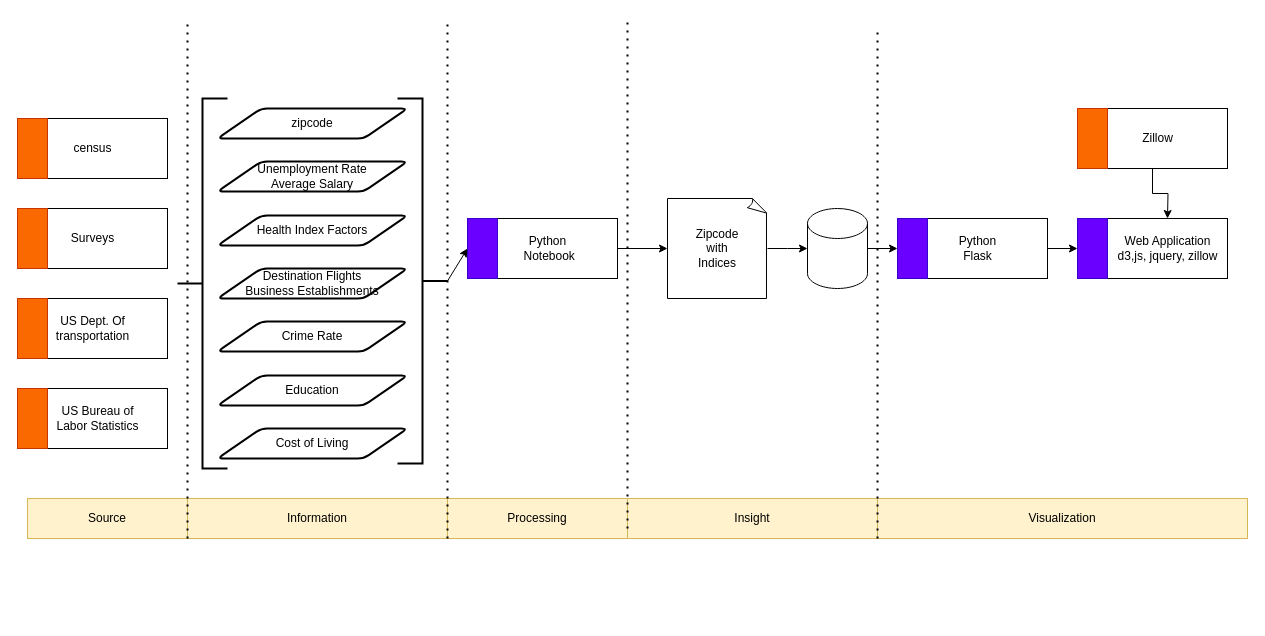
Earlier version of the draw.io diagram page "Page-3" (3 of 3) of Untitled Diagram.drawio (githubmaniv/haven-ui). Source tidied: cells renumbered, new cells numbered last; positions are measured from the earlier drawing's top-left corner, leaving out a move shared by most shapes. Both pictures are drawn from the tidied source at 100%, with x=0, y=0 at pixel (17, 18).
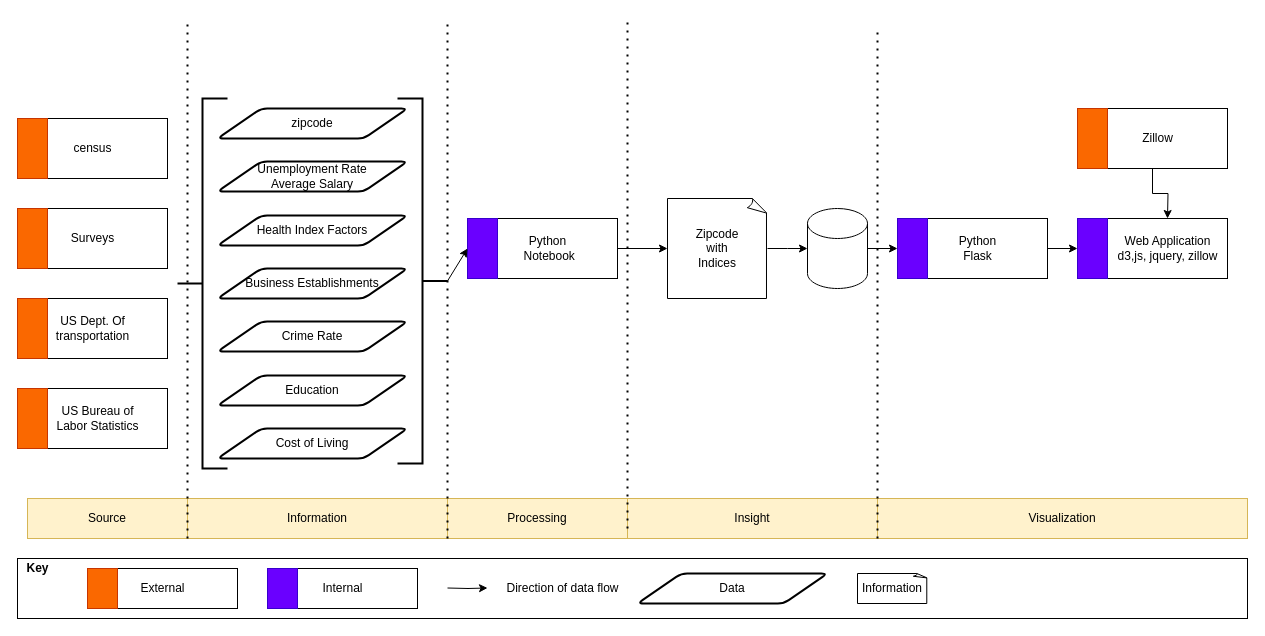
The same page after the edit.

Unchanged cells that the change refers to:
```xml
<mxCell id="18" style="group;" parent="1" vertex="1">
  <mxGeometry x="160" y="80" width="270" height="370" as="geometry" />
</mxCell>
```

Change to the diagram source:
```diff
@@
-    <mxCell id="21" value="Destination Flights&lt;br&gt;Business Establishments" style="shape=parallelogram;html=1;strokeWidth=2;perimeter=parallelogramPerimeter;whiteSpace=wrap;rounded=1;arcSize=12;size=0.23;" parent="18" vertex="1">
+    <mxCell id="21" value="Business Establishments" style="shape=parallelogram;html=1;strokeWidth=2;perimeter=parallelogramPerimeter;whiteSpace=wrap;rounded=1;arcSize=12;size=0.23;" parent="18" vertex="1">
       <mxGeometry x="40" y="170" width="190" height="30" as="geometry" />
     </mxCell>
@@
+    <mxCell id="61" style="rounded=0;whiteSpace=wrap;html=1;" parent="1" vertex="1">
+      <mxGeometry y="540" width="1230" height="60" as="geometry" />
+    </mxCell>
+    <mxCell id="62" value="Key" style="text;html=1;align=center;verticalAlign=middle;fillColor=none;strokeColor=none;rounded=0;fontStyle=1;" parent="1" vertex="1">
+      <mxGeometry y="540" width="40" height="20" as="geometry" />
+    </mxCell>
+    <mxCell id="63" style="whiteSpace=wrap;html=1;" parent="1" vertex="1">
+      <mxGeometry x="70" y="550" width="150" height="40" as="geometry" />
+    </mxCell>
+    <mxCell id="64" style="whiteSpace=wrap;html=1;fillColor=#fa6800;strokeColor=#C73500;fontColor=#000000;" parent="1" vertex="1">
+      <mxGeometry x="70" y="550" width="30" height="40" as="geometry" />
+    </mxCell>
+    <mxCell id="65" value="External" style="text;html=1;align=center;verticalAlign=middle;fillColor=none;strokeColor=none;rounded=0;" parent="1" vertex="1">
+      <mxGeometry x="115" y="560" width="60" height="20" as="geometry" />
+    </mxCell>
+    <mxCell id="66" style="whiteSpace=wrap;html=1;" parent="1" vertex="1">
+      <mxGeometry x="250" y="550" width="150" height="40" as="geometry" />
+    </mxCell>
+    <mxCell id="67" style="whiteSpace=wrap;html=1;fillColor=#6a00ff;strokeColor=#3700CC;fontColor=#ffffff;" parent="1" vertex="1">
+      <mxGeometry x="250" y="550" width="30" height="40" as="geometry" />
+    </mxCell>
+    <mxCell id="68" value="Internal" style="text;html=1;align=center;verticalAlign=middle;fillColor=none;strokeColor=none;rounded=0;" parent="1" vertex="1">
+      <mxGeometry x="295" y="560" width="60" height="20" as="geometry" />
+    </mxCell>
+    <mxCell id="69" style="edgeStyle=orthogonalEdgeStyle;rounded=0;orthogonalLoop=1;jettySize=auto;html=1;entryX=0;entryY=0.5;entryDx=0;entryDy=0;" parent="1" edge="1">
+      <mxGeometry relative="1" as="geometry">
+        <mxPoint x="430" y="569.5" as="sourcePoint" />
+        <mxPoint x="470" y="569.5" as="targetPoint" />
+      </mxGeometry>
+    </mxCell>
+    <mxCell id="70" value="Direction of data flow" style="text;html=1;align=center;verticalAlign=middle;fillColor=none;strokeColor=none;rounded=0;" parent="1" vertex="1">
+      <mxGeometry x="480" y="560" width="130" height="20" as="geometry" />
+    </mxCell>
+    <mxCell id="71" value="Data" style="shape=parallelogram;html=1;strokeWidth=2;perimeter=parallelogramPerimeter;whiteSpace=wrap;rounded=1;arcSize=12;size=0.23;" parent="1" vertex="1">
+      <mxGeometry x="620" y="555" width="190" height="30" as="geometry" />
+    </mxCell>
+    <mxCell id="72" value="Information" style="whiteSpace=wrap;html=1;shape=mxgraph.basic.document;" parent="1" vertex="1">
+      <mxGeometry x="840" y="555" width="70" height="30" as="geometry" />
+    </mxCell>
```
